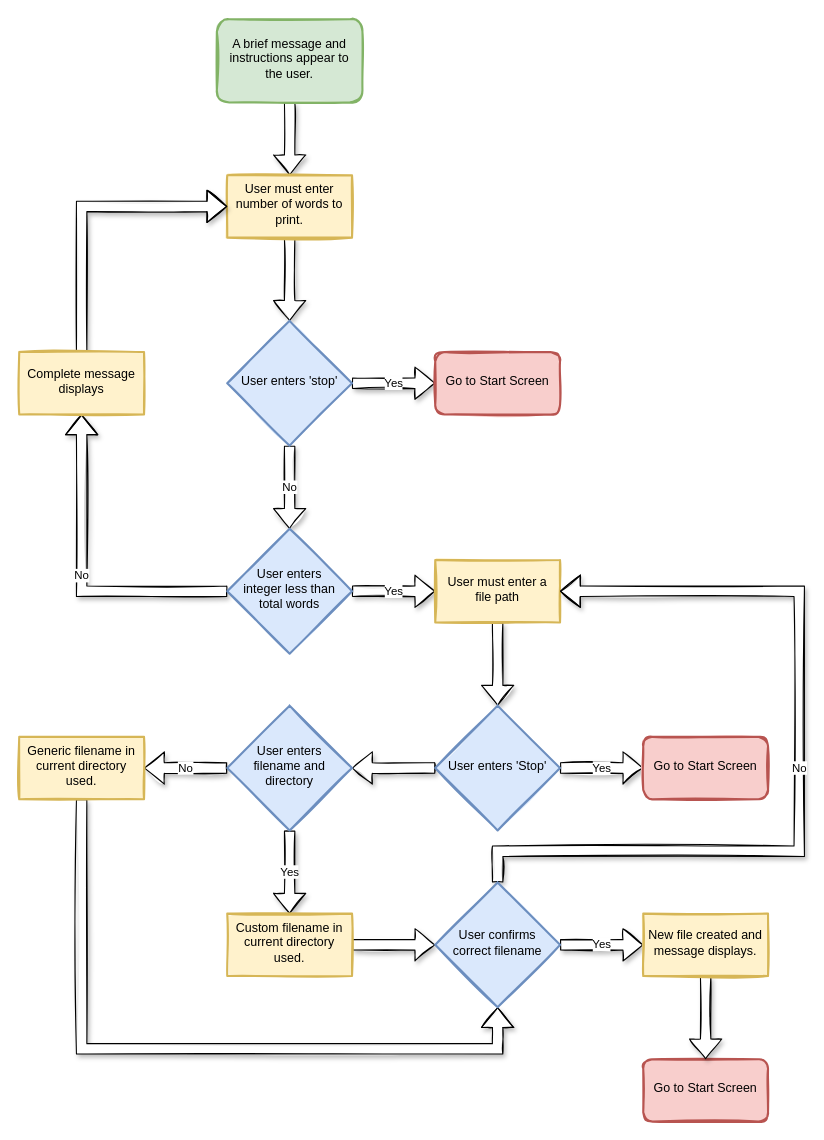
zkturman/LanguageCrawler keeps this draw.io diagram as Design/PrintScreenFlow.drawio. Above is the earlier version. Source tidied: cells renumbered, new cells numbered last; positions are measured from the earlier drawing's top-left corner, leaving out a move shared by most shapes. Both pictures are drawn from the tidied source at 104%, with x=0, y=0 at pixel (19, 19).
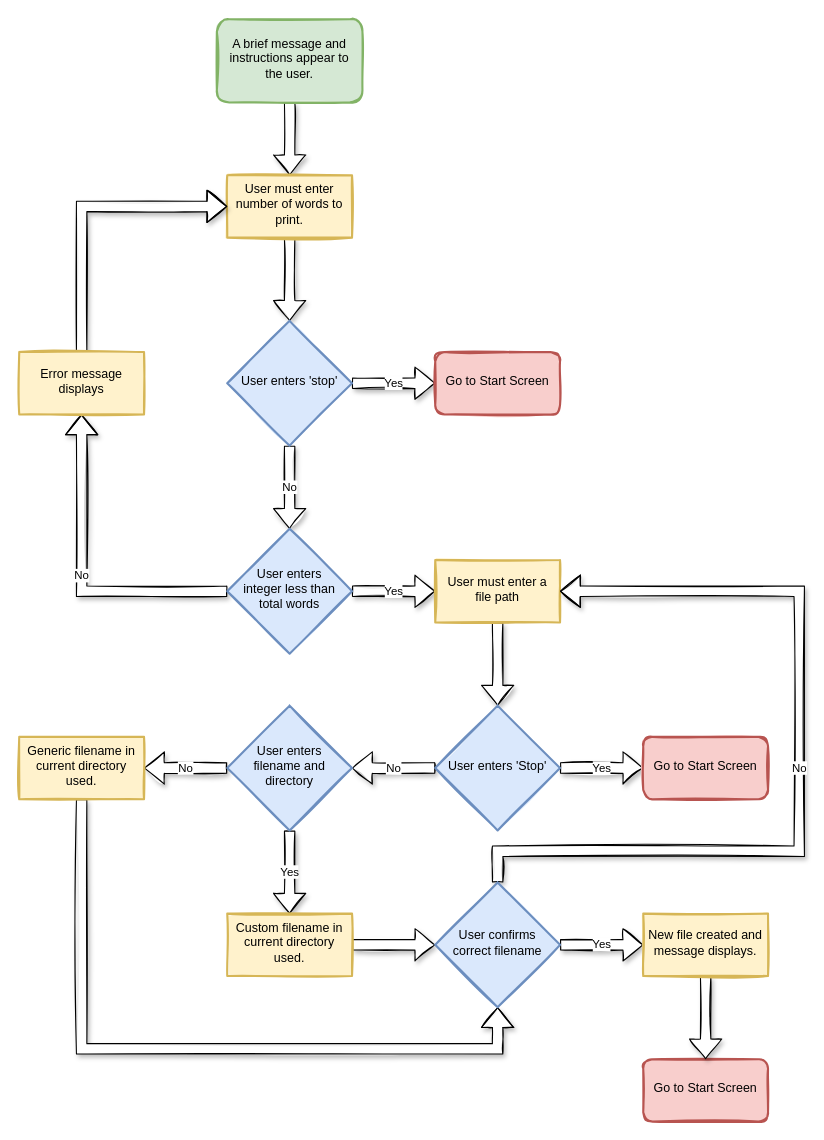
The same page after the edit.

Unchanged cells that the change refers to:
```xml
<mxCell id="21" value="User enters 'Stop'" style="rhombus;whiteSpace=wrap;html=1;shadow=0;fontFamily=Helvetica;fontSize=12;align=center;strokeWidth=2;spacing=6;spacingTop=-4;fillColor=#dae8fc;strokeColor=#6c8ebf;sketch=1;fillStyle=solid;" parent="1" vertex="1">
  <mxGeometry x="400" y="660" width="120" height="120" as="geometry" />
</mxCell>
<mxCell id="25" value="User enters filename and directory" style="rhombus;whiteSpace=wrap;html=1;shadow=0;fontFamily=Helvetica;fontSize=12;align=center;strokeWidth=2;spacing=6;spacingTop=-4;fillColor=#dae8fc;strokeColor=#6c8ebf;sketch=1;fillStyle=solid;" parent="1" vertex="1">
  <mxGeometry x="200" y="660" width="120" height="120" as="geometry" />
</mxCell>
```

The edit, as a diff of the source:
```diff
@@
-    <mxCell id="18" value="Complete message displays" style="rounded=0;whiteSpace=wrap;html=1;fillColor=#fff2cc;strokeColor=#d6b656;shadow=0;strokeWidth=2;spacing=6;spacingTop=-4;sketch=1;fillStyle=solid;" parent="1" vertex="1">
+    <mxCell id="18" value="Error message displays" style="rounded=0;whiteSpace=wrap;html=1;fillColor=#fff2cc;strokeColor=#d6b656;shadow=0;strokeWidth=2;spacing=6;spacingTop=-4;sketch=1;fillStyle=solid;" parent="1" vertex="1">
       <mxGeometry y="320" width="120" height="60" as="geometry" />
     </mxCell>
@@
-    <mxCell id="20" style="edgeStyle=orthogonalEdgeStyle;shape=flexArrow;rounded=0;sketch=1;jettySize=auto;html=1;exitX=0;exitY=0.5;exitDx=0;exitDy=0;shadow=1;labelBackgroundColor=default;fontFamily=Helvetica;fontSize=11;fontColor=default;endArrow=classic;strokeColor=default;strokeWidth=1;fillColor=default;entryX=1;entryY=0.5;entryDx=0;entryDy=0;" parent="1" edge="1" source="21" target="25">
+    <mxCell id="20" value="No" style="edgeStyle=orthogonalEdgeStyle;shape=flexArrow;rounded=0;sketch=1;jettySize=auto;html=1;exitX=0;exitY=0.5;exitDx=0;exitDy=0;shadow=1;labelBackgroundColor=default;fontFamily=Helvetica;fontSize=11;fontColor=default;endArrow=classic;strokeColor=default;strokeWidth=1;fillColor=default;entryX=1;entryY=0.5;entryDx=0;entryDy=0;" parent="1" edge="1" source="21" target="25">
       <mxGeometry relative="1" as="geometry" />
     </mxCell>
```
